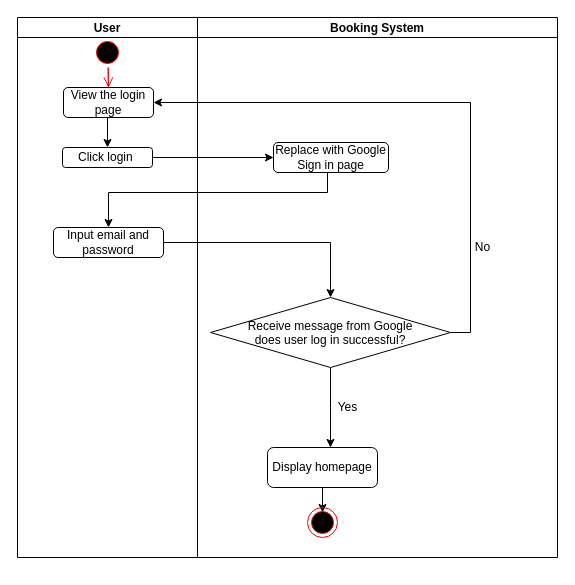
This is page "login" (1 of 5) of 3015connect/src/Untitled Diagram.drawio from amyWenhui/3015project, a draw.io file, before an edit. Source tidied: cells renumbered, new cells numbered last; positions are measured from the earlier drawing's top-left corner, leaving out a move shared by most shapes. Both pictures are drawn from the tidied source at 100%, with x=0, y=0 at pixel (17, 17).
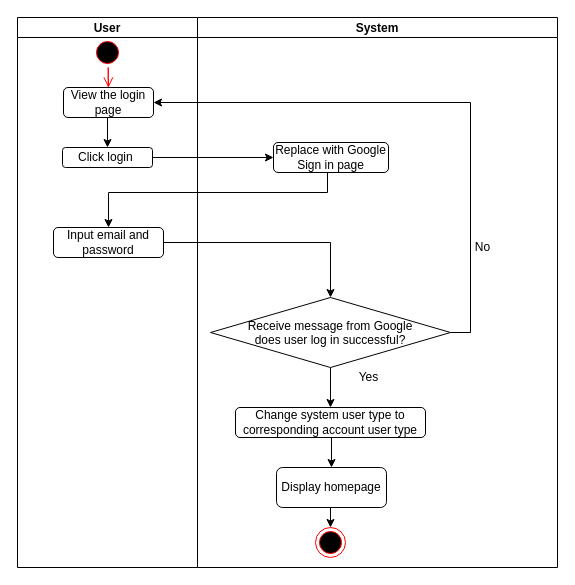
The same diagram, later.

Unchanged cells that the change refers to:
```xml
<mxCell id="15" value="Receive message from Google &#10;does user log in successful?" style="rhombus;" parent="9" vertex="1">
  <mxGeometry x="13" y="280" width="240" height="70" as="geometry" />
</mxCell>
```

The edit, as a diff of the source:
```diff
@@
     <mxCell id="2" value="User" style="swimlane;startSize=20;" parent="1" vertex="1">
-      <mxGeometry width="180" height="540" as="geometry" />
+      <mxGeometry width="180" height="550" as="geometry" />
     </mxCell>
@@
-    <mxCell id="9" value="Booking System" style="swimlane;startSize=20;" parent="1" vertex="1">
-      <mxGeometry x="180" width="360" height="540" as="geometry" />
+    <mxCell id="9" value="System" style="swimlane;startSize=20;" parent="1" vertex="1">
+      <mxGeometry x="180" width="360" height="550" as="geometry" />
     </mxCell>
-    <mxCell id="10" style="edgeStyle=orthogonalEdgeStyle;rounded=0;jettySize=auto;html=1;exitX=0.5;exitY=1;exitDx=0;exitDy=0;entryX=0.5;entryY=0;entryDx=0;entryDy=0;" parent="9" edge="1" source="11">
-      <mxGeometry relative="1" as="geometry">
-        <mxPoint x="125" y="495" as="targetPoint" />
-      </mxGeometry>
-    </mxCell>
-    <mxCell id="11" value="Display homepage" style="rounded=1;whiteSpace=wrap;html=1;" parent="9" vertex="1">
-      <mxGeometry x="70" y="430" width="110" height="40" as="geometry" />
-    </mxCell>
     <mxCell id="12" style="ellipse;html=1;shape=endState;fillColor=#000000;strokeColor=#ff0000;" parent="9" vertex="1">
-      <mxGeometry x="110" y="490" width="30" height="30" as="geometry" />
+      <mxGeometry x="118" y="510" width="30" height="30" as="geometry" />
     </mxCell>
@@
-    <mxCell id="14" style="edgeStyle=orthogonalEdgeStyle;rounded=0;jettySize=auto;html=1;exitX=0.5;exitY=1;exitDx=0;exitDy=0;" parent="9" edge="1" source="15">
-      <mxGeometry relative="1" as="geometry">
-        <mxPoint x="133" y="430" as="targetPoint" />
-      </mxGeometry>
-    </mxCell>
+    <mxCell id="22" style="edgeStyle=orthogonalEdgeStyle;rounded=0;jettySize=auto;html=1;exitX=0.5;exitY=1;exitDx=0;exitDy=0;" parent="9" edge="1" source="15" target="25">
+      <mxGeometry relative="1" as="geometry" />
+    </mxCell>
@@
+    <mxCell id="23" style="edgeStyle=orthogonalEdgeStyle;rounded=0;jettySize=auto;html=1;exitX=0.5;exitY=1;exitDx=0;exitDy=0;entryX=0.5;entryY=0;entryDx=0;entryDy=0;" parent="9" edge="1" source="11" target="12">
+      <mxGeometry relative="1" as="geometry" />
+    </mxCell>
+    <mxCell id="11" value="Display homepage" style="rounded=1;whiteSpace=wrap;html=1;" parent="9" vertex="1">
+      <mxGeometry x="79" y="450" width="110" height="40" as="geometry" />
+    </mxCell>
+    <mxCell id="19" value="Yes" style="text;html=1;align=center;verticalAlign=middle;strokeColor=none;fillColor=none;" parent="9" vertex="1">
+      <mxGeometry x="151" y="350" width="40" height="20" as="geometry" />
+    </mxCell>
+    <mxCell id="24" style="edgeStyle=orthogonalEdgeStyle;rounded=0;jettySize=auto;html=1;exitX=0.5;exitY=1;exitDx=0;exitDy=0;entryX=0.5;entryY=0;entryDx=0;entryDy=0;" parent="9" edge="1" source="25" target="11">
+      <mxGeometry relative="1" as="geometry" />
+    </mxCell>
+    <mxCell id="25" value="Change system user type to corresponding account user type" style="rounded=1;whiteSpace=wrap;html=1;" parent="9" vertex="1">
+      <mxGeometry x="38" y="390" width="190" height="30" as="geometry" />
+    </mxCell>
@@
-    <mxCell id="19" value="Yes" style="text;html=1;align=center;verticalAlign=middle;strokeColor=none;fillColor=none;" parent="1" vertex="1">
-      <mxGeometry x="310" y="380" width="40" height="20" as="geometry" />
-    </mxCell>
```
